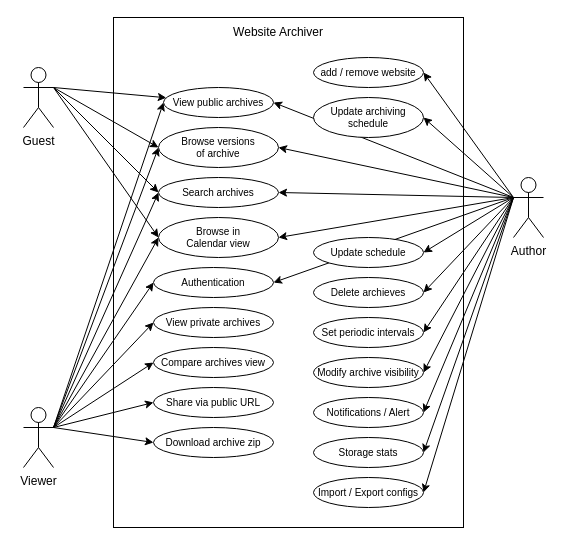
Before: page "Page-1" (1 of 2) of se/Website Archiver/usecase.drawio in soham901/btech, a draw.io diagram. Source tidied: cells renumbered, new cells numbered last; positions are measured from the earlier drawing's top-left corner, leaving out a move shared by most shapes. Both pictures are drawn from the tidied source at 100%, with x=0, y=0 at pixel (23, 17).
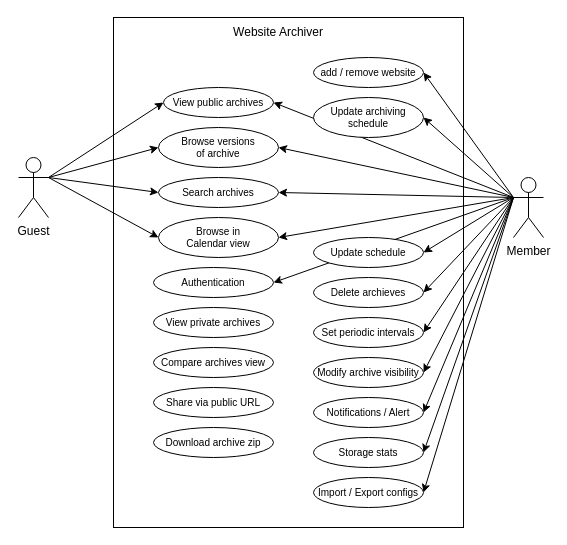
The same diagram, later.

Unchanged cells that the change refers to:
```xml
<mxCell id="33" value="View public archives" style="ellipse;whiteSpace=wrap;html=1;fontSize=10;" parent="1" vertex="1">
  <mxGeometry x="140" y="70" width="110" height="30" as="geometry" />
</mxCell>
<mxCell id="35" value="Browse versions&lt;div&gt;of archive&lt;/div&gt;" style="ellipse;whiteSpace=wrap;html=1;fontSize=10;" parent="1" vertex="1">
  <mxGeometry x="135" y="110" width="120" height="40" as="geometry" />
</mxCell>
<mxCell id="36" value="&lt;div&gt;Search archives&lt;/div&gt;" style="ellipse;whiteSpace=wrap;html=1;fontSize=10;" parent="1" vertex="1">
  <mxGeometry x="135" y="160" width="120" height="30" as="geometry" />
</mxCell>
<mxCell id="37" value="&lt;div&gt;Browse in&lt;/div&gt;&lt;div&gt;Calendar view&lt;/div&gt;" style="ellipse;whiteSpace=wrap;html=1;fontSize=10;" parent="1" vertex="1">
  <mxGeometry x="135" y="200" width="120" height="40" as="geometry" />
</mxCell>
<mxCell id="38" value="&lt;div&gt;Authentication&lt;/div&gt;" style="ellipse;whiteSpace=wrap;html=1;fontSize=10;" parent="1" vertex="1">
  <mxGeometry x="130" y="250" width="120" height="30" as="geometry" />
</mxCell>
<mxCell id="39" value="&lt;div&gt;View private archives&lt;/div&gt;" style="ellipse;whiteSpace=wrap;html=1;fontSize=10;" parent="1" vertex="1">
  <mxGeometry x="130" y="290" width="120" height="30" as="geometry" />
</mxCell>
<mxCell id="40" value="&lt;div&gt;Compare archives view&lt;/div&gt;" style="ellipse;whiteSpace=wrap;html=1;fontSize=10;" parent="1" vertex="1">
  <mxGeometry x="130" y="330" width="120" height="30" as="geometry" />
</mxCell>
<mxCell id="41" value="&lt;div&gt;Share via public URL&lt;/div&gt;" style="ellipse;whiteSpace=wrap;html=1;fontSize=10;" parent="1" vertex="1">
  <mxGeometry x="130" y="370" width="120" height="30" as="geometry" />
</mxCell>
<mxCell id="42" value="&lt;div&gt;Download archive zip&lt;/div&gt;" style="ellipse;whiteSpace=wrap;html=1;fontSize=10;" parent="1" vertex="1">
  <mxGeometry x="130" y="410" width="120" height="30" as="geometry" />
</mxCell>
```

What changed in the source:
```diff
@@
-    <mxCell id="3" style="rounded=0;jettySize=auto;html=1;exitX=1;exitY=0.3333333333333333;exitDx=0;exitDy=0;exitPerimeter=0;" parent="1" edge="1" source="7" target="33">
+    <mxCell id="3" style="rounded=0;jettySize=auto;html=1;exitX=1;exitY=0.3333333333333333;exitDx=0;exitDy=0;exitPerimeter=0;entryX=0;entryY=0.5;entryDx=0;entryDy=0;" parent="1" edge="1" source="7" target="33">
       <mxGeometry relative="1" as="geometry" />
     </mxCell>
@@
     <mxCell id="7" value="Guest" style="shape=umlActor;verticalLabelPosition=bottom;verticalAlign=top;html=1;outlineConnect=0;" parent="1" vertex="1">
-      <mxGeometry y="50" width="30" height="60" as="geometry" />
+      <mxGeometry x="-5" y="140" width="30" height="60" as="geometry" />
     </mxCell>
-    <mxCell id="8" style="rounded=0;jettySize=auto;html=1;exitX=1;exitY=0.3333333333333333;exitDx=0;exitDy=0;exitPerimeter=0;entryX=0;entryY=0.5;entryDx=0;entryDy=0;" parent="1" edge="1" source="17" target="33">
-      <mxGeometry relative="1" as="geometry" />
-    </mxCell>
-    <mxCell id="9" style="rounded=0;jettySize=auto;html=1;exitX=1;exitY=0.3333333333333333;exitDx=0;exitDy=0;exitPerimeter=0;entryX=0;entryY=0.5;entryDx=0;entryDy=0;" parent="1" edge="1" source="17" target="35">
-      <mxGeometry relative="1" as="geometry" />
-    </mxCell>
-    <mxCell id="10" style="rounded=0;jettySize=auto;html=1;exitX=1;exitY=0.3333333333333333;exitDx=0;exitDy=0;exitPerimeter=0;entryX=0;entryY=0.5;entryDx=0;entryDy=0;" parent="1" edge="1" source="17" target="36">
-      <mxGeometry relative="1" as="geometry" />
-    </mxCell>
-    <mxCell id="11" style="rounded=0;jettySize=auto;html=1;exitX=1;exitY=0.3333333333333333;exitDx=0;exitDy=0;exitPerimeter=0;entryX=0;entryY=0.5;entryDx=0;entryDy=0;" parent="1" edge="1" source="17" target="37">
-      <mxGeometry relative="1" as="geometry" />
-    </mxCell>
-    <mxCell id="12" style="rounded=0;jettySize=auto;html=1;exitX=1;exitY=0.3333333333333333;exitDx=0;exitDy=0;exitPerimeter=0;entryX=0;entryY=0.5;entryDx=0;entryDy=0;" parent="1" edge="1" source="17" target="38">
-      <mxGeometry relative="1" as="geometry" />
-    </mxCell>
-    <mxCell id="13" style="rounded=0;jettySize=auto;html=1;exitX=1;exitY=0.3333333333333333;exitDx=0;exitDy=0;exitPerimeter=0;entryX=0;entryY=0.5;entryDx=0;entryDy=0;" parent="1" edge="1" source="17" target="39">
-      <mxGeometry relative="1" as="geometry" />
-    </mxCell>
-    <mxCell id="14" style="rounded=0;jettySize=auto;html=1;exitX=1;exitY=0.3333333333333333;exitDx=0;exitDy=0;exitPerimeter=0;entryX=0;entryY=0.5;entryDx=0;entryDy=0;" parent="1" edge="1" source="17" target="40">
-      <mxGeometry relative="1" as="geometry" />
-    </mxCell>
-    <mxCell id="15" style="rounded=0;jettySize=auto;html=1;exitX=1;exitY=0.3333333333333333;exitDx=0;exitDy=0;exitPerimeter=0;entryX=0;entryY=0.5;entryDx=0;entryDy=0;" parent="1" edge="1" source="17" target="41">
-      <mxGeometry relative="1" as="geometry" />
-    </mxCell>
-    <mxCell id="16" style="rounded=0;jettySize=auto;html=1;exitX=1;exitY=0.3333333333333333;exitDx=0;exitDy=0;exitPerimeter=0;entryX=0;entryY=0.5;entryDx=0;entryDy=0;" parent="1" edge="1" source="17" target="42">
-      <mxGeometry relative="1" as="geometry" />
-    </mxCell>
-    <mxCell id="17" value="Viewer" style="shape=umlActor;verticalLabelPosition=bottom;verticalAlign=top;html=1;outlineConnect=0;" parent="1" vertex="1">
-      <mxGeometry y="390" width="30" height="60" as="geometry" />
-    </mxCell>
@@
-    <mxCell id="32" value="Author" style="shape=umlActor;verticalLabelPosition=bottom;verticalAlign=top;html=1;outlineConnect=0;" parent="1" vertex="1">
+    <mxCell id="32" value="Member" style="shape=umlActor;verticalLabelPosition=bottom;verticalAlign=top;html=1;outlineConnect=0;" parent="1" vertex="1">
       <mxGeometry x="490" y="160" width="30" height="60" as="geometry" />
     </mxCell>
```
